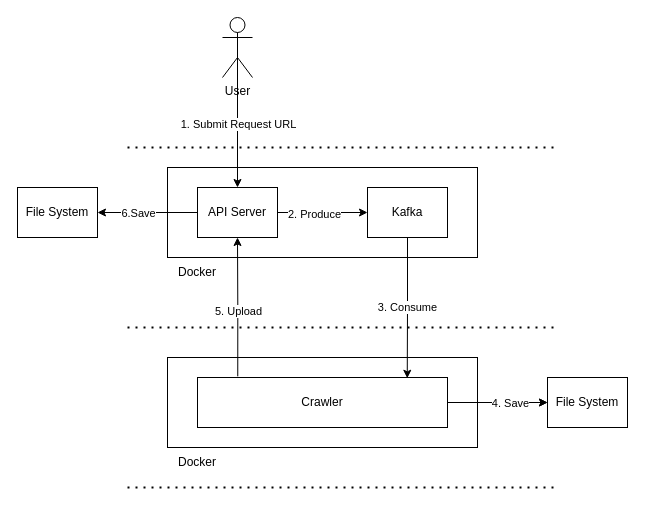
Earlier version of the draw.io diagram my_ieee.drawio (lovelydett/my_ieee). Source tidied: cells renumbered, new cells numbered last; positions are measured from the earlier drawing's top-left corner, leaving out a move shared by most shapes. Both pictures are drawn from the tidied source at 100%, with x=0, y=0 at pixel (17, 17).
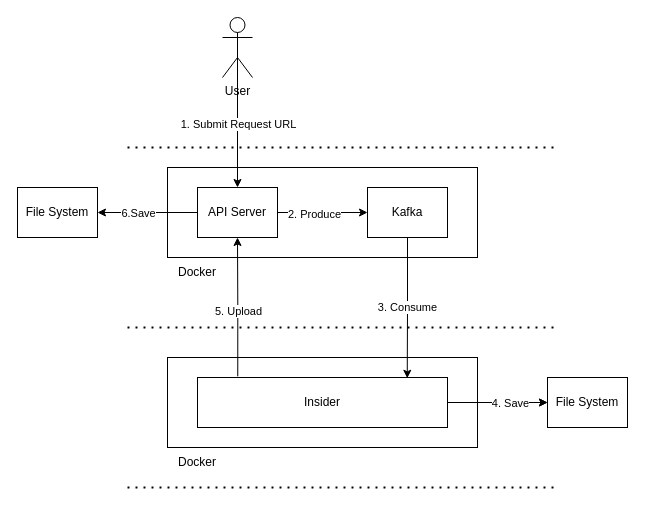
Above is the later version.

Commit message (it also covers changes not shown here):
[Insider] redis client WIP

Change to the diagram source:
```diff
@@
-    <mxCell id="8" value="Crawler" style="rounded=0;whiteSpace=wrap;html=1;" parent="1" vertex="1">
+    <mxCell id="8" value="Insider" style="rounded=0;whiteSpace=wrap;html=1;" parent="1" vertex="1">
       <mxGeometry x="180" y="360" width="250" height="50" as="geometry" />
     </mxCell>
```
